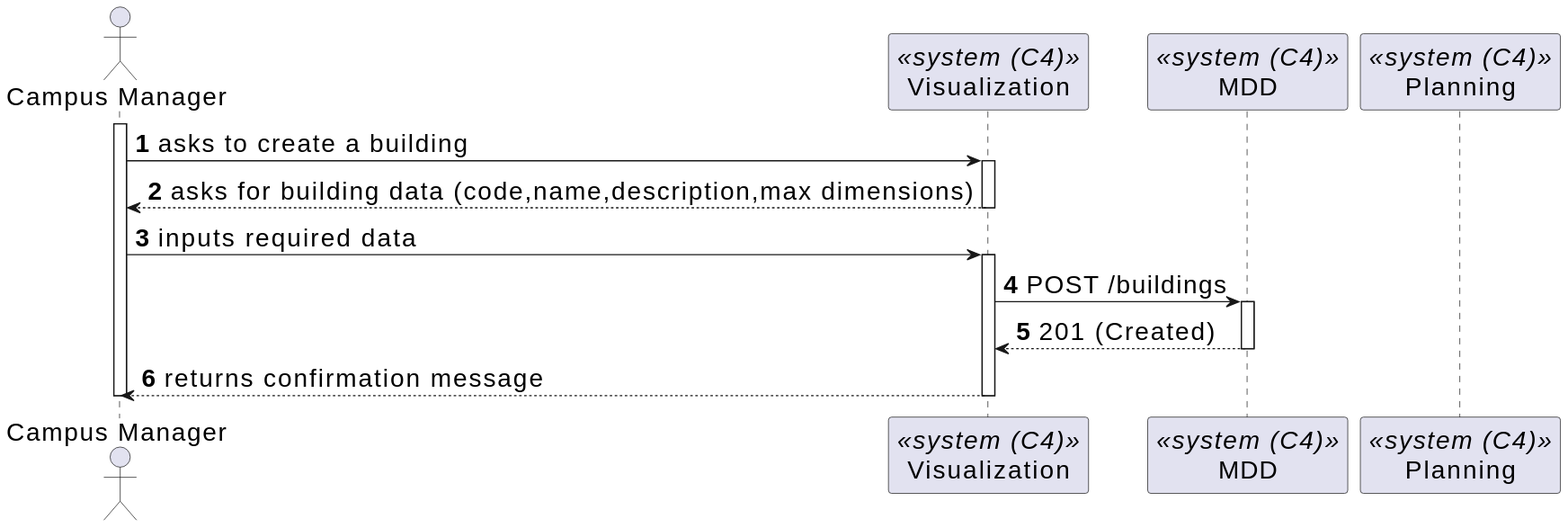
Before: _wiki/sprint-b/us25-1070/views/level-2/assets/process-view.svg, a diagram exported from PlantUML (miseEnPlace-dev/lapr5). Source of this version:
```plantuml
@startuml
skinparamlocked defaultFontSize 20
autonumber

actor CM as "Campus Manager"
participant UI as "Visualization" <<system (C4)>>
participant MDD as "MDD" <<system (C4)>>
participant P as "Planning" <<system (C4)>>


activate CM

CM -> UI : asks to create a building
activate UI

CM <-- UI : asks for building data (code,name,description,max dimensions)
deactivate UI

CM -> UI : inputs required data
activate UI

UI -> MDD : POST /buildings
activate MDD
MDD --> UI : 201 (Created)
deactivate MDD

CM <-- UI : returns confirmation message
deactivate UI


deactivate CM
@enduml
```
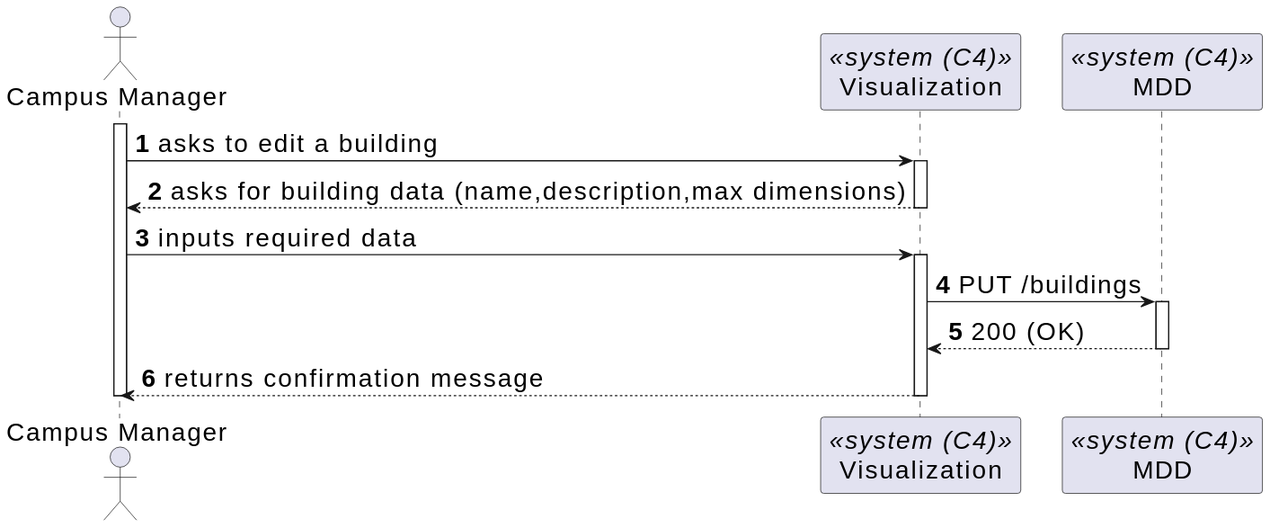
After the change.

The edit, as a diff of the source:
```diff
@@ -5,23 +5,21 @@
 actor CM as "Campus Manager"
 participant UI as "Visualization" <<system (C4)>>
 participant MDD as "MDD" <<system (C4)>>
-participant P as "Planning" <<system (C4)>>
-
 
 activate CM
 
-CM -> UI : asks to create a building
+CM -> UI : asks to edit a building
 activate UI
 
-CM <-- UI : asks for building data (code,name,description,max dimensions)
+CM <-- UI : asks for building data (name,description,max dimensions)
 deactivate UI
 
 CM -> UI : inputs required data
 activate UI
 
-UI -> MDD : POST /buildings
+UI -> MDD : PUT /buildings
 activate MDD
-MDD --> UI : 201 (Created)
+MDD --> UI : 200 (OK)
 deactivate MDD
 
 CM <-- UI : returns confirmation message
```
